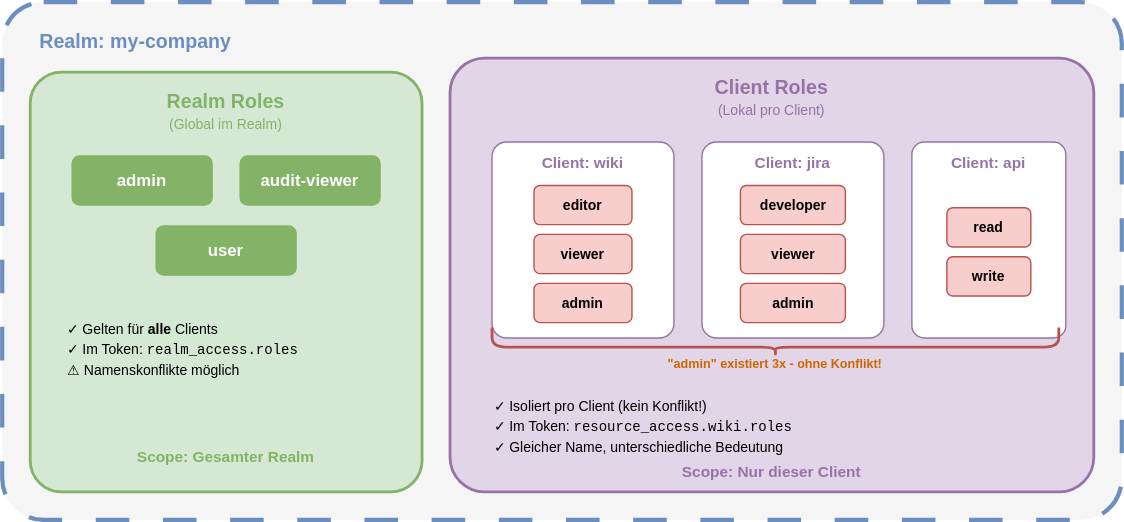
it-erben/training-keycloak keeps this draw.io diagram as slides/04-clients-benutzerverwaltung/images/realm_vs_client_roles.drawio.svg. Above is the earlier version. Source tidied: cells renumbered, new cells last; positions are measured from the earlier drawing's top-left corner, leaving out a move shared by most shapes.
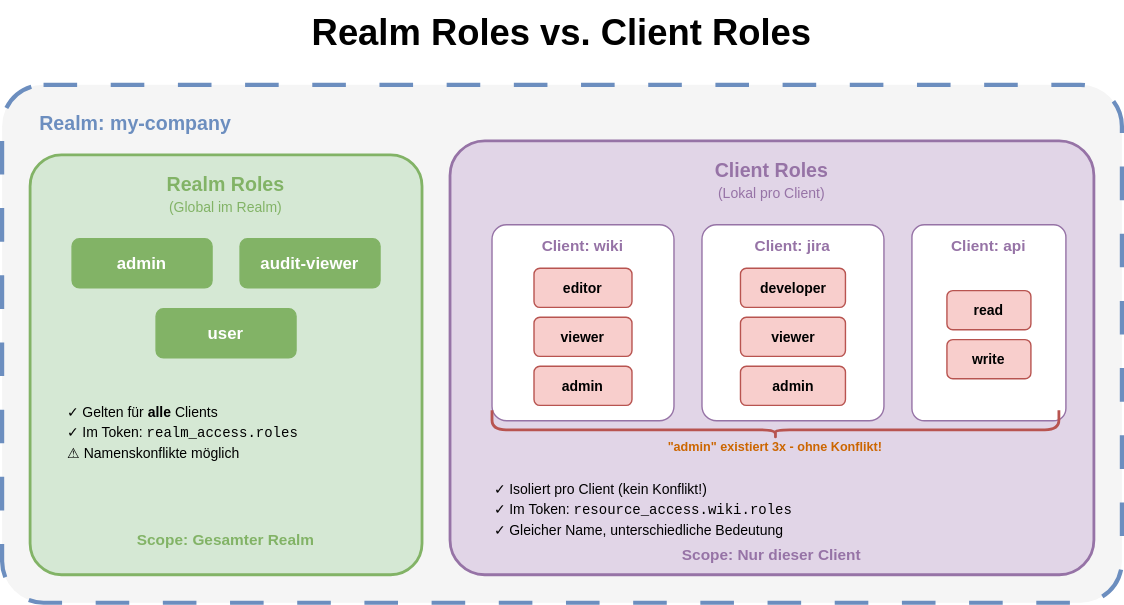
After the commit.

The edit, as a diff of the source:
```diff
@@ -89,5 +89,8 @@
     <mxCell id="30" value="&lt;font style=&quot;font-size: 9px; color: rgb(204, 102, 0);&quot;&gt;&lt;b style=&quot;&quot;&gt;&quot;admin&quot; existiert 3x - ohne Konflikt!&lt;/b&gt;&lt;/font&gt;" style="text;html=1;strokeColor=none;fillColor=none;align=center;verticalAlign=middle;whiteSpace=wrap;rounded=0;" parent="1" vertex="1">
       <mxGeometry x="455" y="240" width="195" height="35" as="geometry" />
     </mxCell>
+    <mxCell id="31" value=" Realm Roles vs. Client Roles" style="text;strokeColor=none;fillColor=none;fontSize=26;fontStyle=1;verticalAlign=middle;align=center;" parent="1" vertex="1">
+      <mxGeometry x="350" y="-60" width="100" height="40" as="geometry" />
+    </mxCell>
   </root>
 </mxGraphModel>
```
